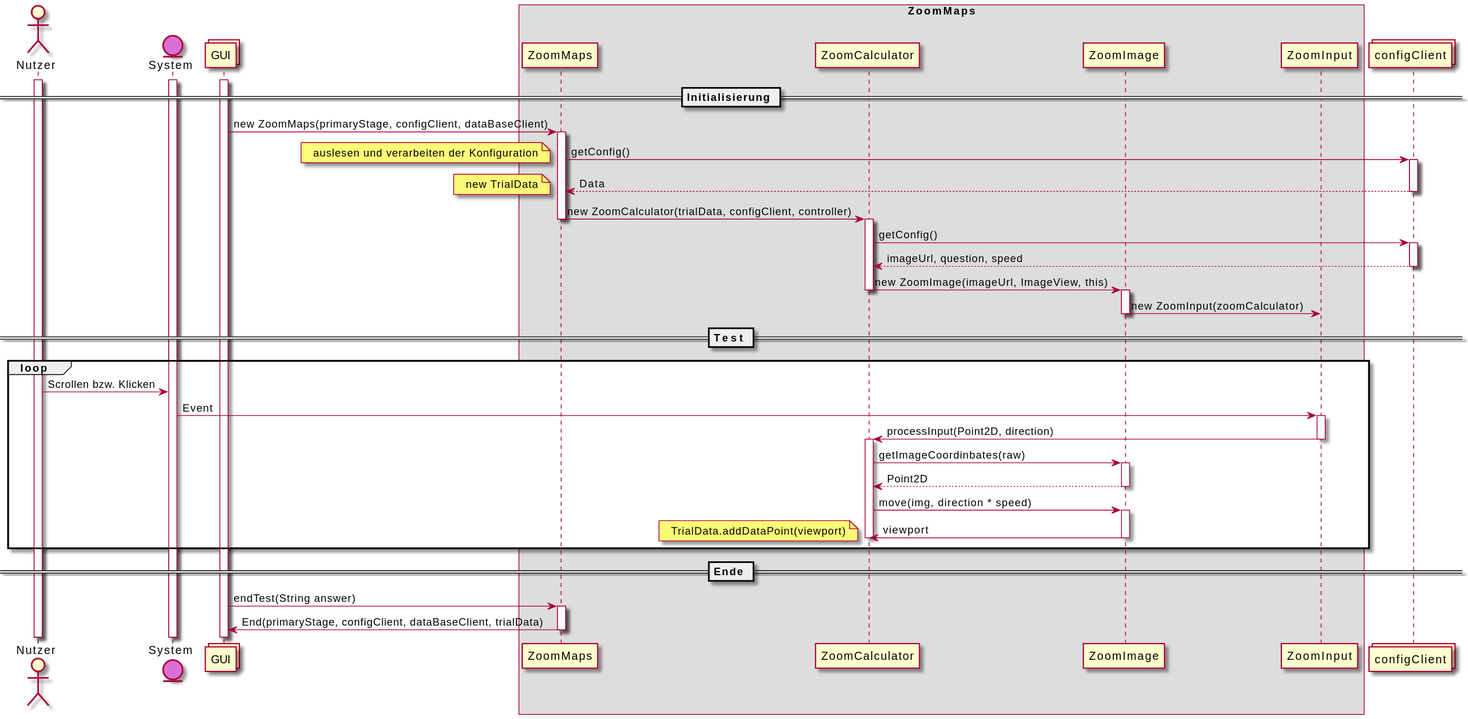
Before: uml-sequence/zoommaps/sequenz-zoommaps.svg, a diagram exported from PlantUML (weichware-10/dokumente).
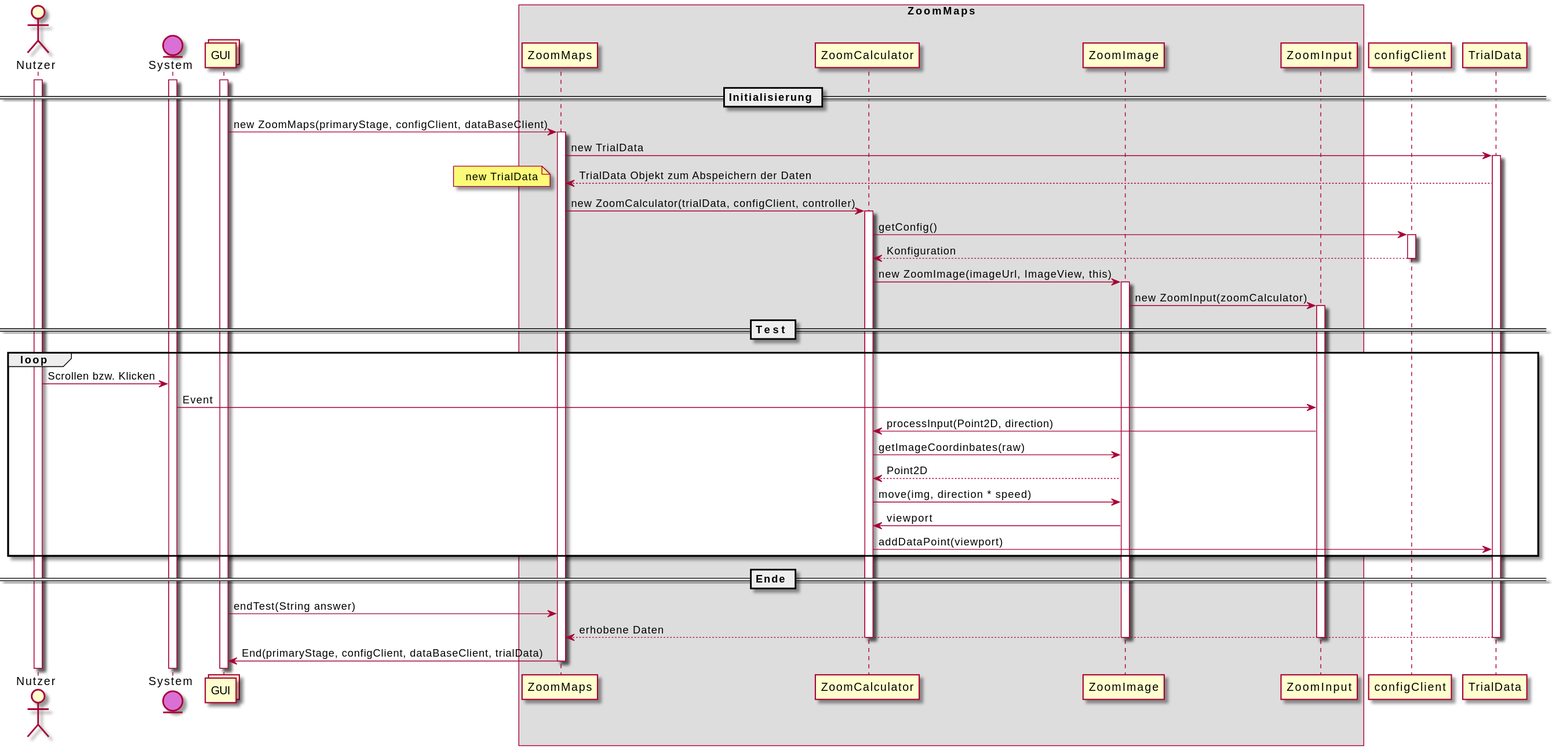
The same diagram one commit later.

Commit message:
[chore] rendered SVGs

Diff of the diagram source:
```diff
@@ -13,7 +13,8 @@
 participant ZoomInput       as zi
 end box
 
-collections configClient          as c
+participant configClient    as c
+participant TrialData       as td
 
 activate n
 activate s
@@ -22,50 +23,44 @@
 == Initialisierung ==
 g -> zm : new ZoomMaps(primaryStage, configClient, dataBaseClient)
 activate zm
-zm -> c : getConfig()
-note left: auslesen und verarbeiten der Konfiguration
-activate c
-c --> zm : Data
+
+zm -> td : new TrialData
+activate td
+td --> zm : TrialData Objekt zum Abspeichern der Daten
 note left : new TrialData
 deactivate c
 
 zm -> zc : new ZoomCalculator(trialData, configClient, controller)
-deactivate zm
 activate zc
 zc -> c : getConfig()
 activate c
-c --> zc : imageUrl, question, speed
+c --> zc : Konfiguration
 deactivate c
 zc -> zb : new ZoomImage(imageUrl, ImageView, this)
-deactivate zc
 activate zb
 zb -> zi : new ZoomInput(zoomCalculator)
-deactivate zb
+activate zi
 
 == Test ==
 loop
     n -> s : Scrollen bzw. Klicken
     s -> zi : Event
-    activate zi
     zi -> zc : processInput(Point2D, direction)
-    deactivate zi
-    activate zc
     zc -> zb : getImageCoordinbates(raw)
-    activate zb
     zb --> zc : Point2D
-    deactivate zb
     zc -> zb : move(img, direction * speed)
-    activate zb
     zb -> zc : viewport
-    deactivate zb
-    note left : TrialData.addDataPoint(viewport)
-    deactivate zc
+    zc -> td : addDataPoint(viewport)
 
 end
 
 == Ende ==
 g -> zm : endTest(String answer)
-activate zm
+td --> zm : erhobene Daten
+deactivate zb
+deactivate td
+deactivate zc
+deactivate zi
 zm -> g : End(primaryStage, configClient, dataBaseClient, trialData)
 deactivate zm
 @enduml
```
